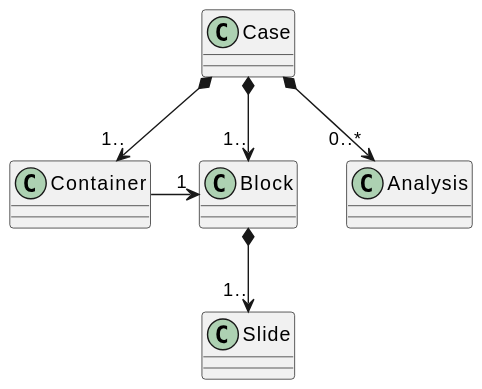
Before: doc/src/images/svg/1_patho_domain_iter1.svg, a diagram exported from PlantUML (patologiivest/unpaidme). The source it was exported from:
```plantuml
@startuml
class Case {}
class Container {}
class Block {}
class Slide {}
class Analysis {}
Case *--> "1.." Container
Case *--> "1.."  Block
Block *--> "1.." Slide
Case *--> "0..*" Analysis
Container  -> "1" Block
@enduml
```
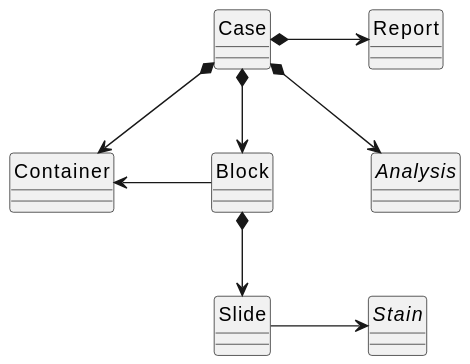
The same file after the commit.

Change to the diagram source:
```diff
@@ -1,12 +1,18 @@
 @startuml
-class Case {}
-class Container {}
-class Block {}
-class Slide {}
-class Analysis {}
-Case *--> "1.." Container
-Case *--> "1.."  Block
-Block *--> "1.." Slide
-Case *--> "0..*" Analysis
-Container  -> "1" Block
+hide circle
+skinparam nodesep 70
+class Case
+class Container
+class Block
+abstract class Analysis
+abstract class Stain
+class Slide
+class Report
+Case *-->  Container
+Case *-->  Block
+Case *-->  Analysis
+Block  -l->  Container
+Block *-->  Slide
+Case *->  Report
+Slide -> Stain
 @enduml
```
